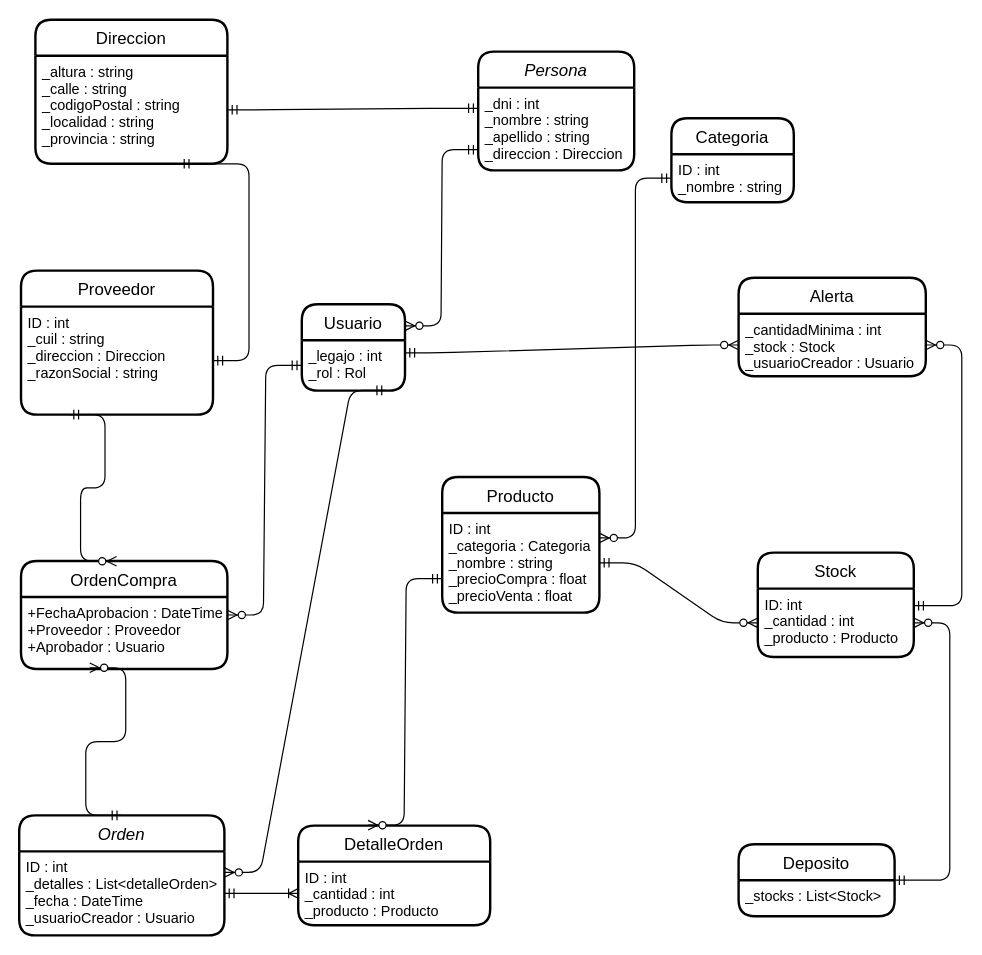
Before: Untitled Diagram.drawio in rayfex98/TP_TecProgram, a draw.io diagram. Source tidied: cells renumbered, new cells numbered last; positions are measured from the earlier drawing's top-left corner, leaving out a move shared by most shapes. Both pictures are drawn from the tidied source at 120%, with x=0, y=0 at pixel (19, 19).
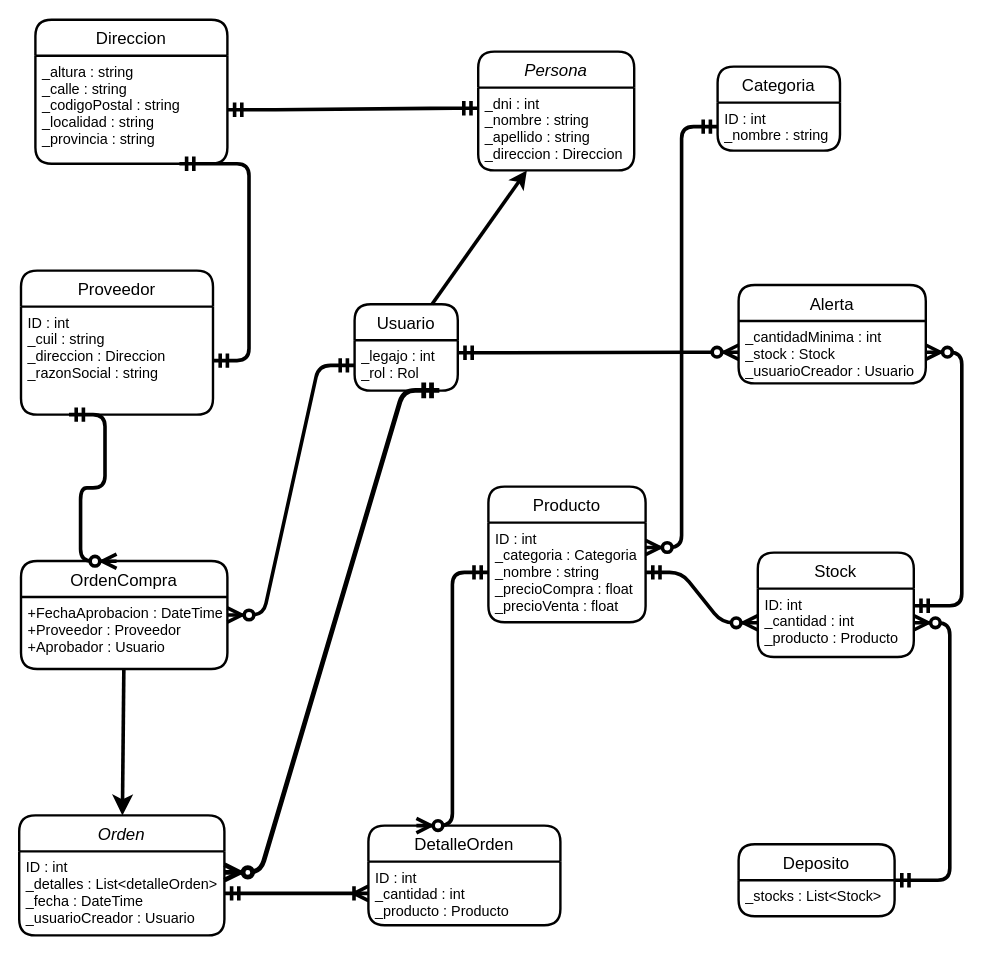
Above is the later version.

Commit message:
Actualizado MER

Unchanged cells that the change refers to:
```xml
<mxCell id="2" value="Orden" style="swimlane;horizontal=1;startSize=30;rounded=1;fontSize=14;fontStyle=2;strokeWidth=2;shadow=0;dashed=0;align=center;" parent="1" vertex="1">
  <mxGeometry x="-0.5" y="663" width="171" height="100" as="geometry" />
</mxCell>
<mxCell id="3" value="ID : int&#10;_detalles : List&lt;detalleOrden&gt;&#10;_fecha : DateTime&#10;_usuarioCreador : Usuario" style="align=left;strokeColor=none;fillColor=none;spacingLeft=4;fontSize=12;verticalAlign=top;" parent="2" vertex="1">
  <mxGeometry y="30" width="171" height="70" as="geometry" />
</mxCell>
<mxCell id="5" value="_dni : int&#10;_nombre : string&#10;_apellido : string&#10;_direccion : Direccion" style="align=left;strokeColor=none;fillColor=none;spacingLeft=4;fontSize=12;verticalAlign=top;" parent="4" vertex="1">
  <mxGeometry y="30" width="130" height="69" as="geometry" />
</mxCell>
<mxCell id="6" value="OrdenCompra" style="swimlane;horizontal=1;startSize=30;rounded=1;fontSize=14;fontStyle=0;strokeWidth=2;shadow=0;dashed=0;align=center;" parent="1" vertex="1">
  <mxGeometry x="1" y="451" width="172" height="90" as="geometry" />
</mxCell>
<mxCell id="7" value="+FechaAprobacion : DateTime&#10;+Proveedor : Proveedor&#10;+Aprobador : Usuario" style="align=left;strokeColor=none;fillColor=none;spacingLeft=4;fontSize=12;verticalAlign=top;" parent="6" vertex="1">
  <mxGeometry y="30" width="172" height="60" as="geometry" />
</mxCell>
<mxCell id="9" value="ID : int&#10;_cantidad : int&#10;_producto : Producto" style="align=left;strokeColor=none;fillColor=none;spacingLeft=4;fontSize=12;verticalAlign=top;" parent="8" vertex="1">
  <mxGeometry y="30" width="160" height="53" as="geometry" />
</mxCell>
<mxCell id="11" value="ID : int&#10;_categoria : Categoria&#10;_nombre : string&#10;_precioCompra : float&#10;_precioVenta : float&#10;" style="align=left;strokeColor=none;fillColor=none;spacingLeft=4;fontSize=12;verticalAlign=top;" parent="10" vertex="1">
  <mxGeometry y="30" width="131" height="83" as="geometry" />
</mxCell>
<mxCell id="15" value="ID : int&#10;_nombre : string" style="align=left;strokeColor=none;fillColor=none;spacingLeft=4;fontSize=12;verticalAlign=top;" parent="14" vertex="1">
  <mxGeometry y="30" width="102" height="40" as="geometry" />
</mxCell>
<mxCell id="17" value="_cantidadMinima : int&#10;_stock : Stock&#10;_usuarioCreador : Usuario" style="align=left;strokeColor=none;fillColor=none;spacingLeft=4;fontSize=12;verticalAlign=top;" parent="16" vertex="1">
  <mxGeometry y="30" width="156" height="52" as="geometry" />
</mxCell>
<mxCell id="18" value="Deposito" style="swimlane;horizontal=1;startSize=30;rounded=1;fontSize=14;fontStyle=0;strokeWidth=2;shadow=0;dashed=0;align=center;" parent="1" vertex="1">
  <mxGeometry x="599" y="687" width="130" height="60" as="geometry" />
</mxCell>
<mxCell id="21" value="ID: int&#10;_cantidad : int&#10;_producto : Producto" style="align=left;strokeColor=none;fillColor=none;spacingLeft=4;fontSize=12;verticalAlign=top;" parent="20" vertex="1">
  <mxGeometry y="30" width="130" height="57" as="geometry" />
</mxCell>
<mxCell id="23" value="ID : int&#10;_cuil : string&#10;_direccion : Direccion&#10;_razonSocial : string" style="align=left;strokeColor=none;fillColor=none;spacingLeft=4;fontSize=12;verticalAlign=top;" parent="22" vertex="1">
  <mxGeometry y="30" width="160" height="90" as="geometry" />
</mxCell>
<mxCell id="25" value="_altura : string&#10;_calle : string&#10;_codigoPostal : string&#10;_localidad : string&#10;_provincia : string" style="align=left;strokeColor=none;fillColor=none;spacingLeft=4;fontSize=12;verticalAlign=top;" parent="24" vertex="1">
  <mxGeometry y="30" width="160" height="90" as="geometry" />
</mxCell>
<mxCell id="31" value="_legajo : int&#10;_rol : Rol" style="align=left;strokeColor=none;fillColor=none;spacingLeft=4;fontSize=12;verticalAlign=top;" parent="30" vertex="1">
  <mxGeometry y="30" width="86" height="42" as="geometry" />
</mxCell>
```

Change to the diagram source:
```diff
@@
     <mxCell id="8" value="DetalleOrden" style="swimlane;horizontal=1;startSize=30;rounded=1;fontSize=14;fontStyle=0;strokeWidth=2;shadow=0;dashed=0;align=center;" parent="1" vertex="1">
-      <mxGeometry x="232" y="671.5" width="160" height="83" as="geometry" />
+      <mxGeometry x="290.5" y="671.5" width="160" height="83" as="geometry" />
     </mxCell>
@@
     <mxCell id="10" value="Producto" style="swimlane;horizontal=1;startSize=30;rounded=1;fontSize=14;fontStyle=0;strokeWidth=2;shadow=0;dashed=0;align=center;" parent="1" vertex="1">
-      <mxGeometry x="352" y="381" width="131" height="113" as="geometry" />
+      <mxGeometry x="390.5" y="389" width="131" height="113" as="geometry" />
     </mxCell>
@@
-    <mxCell id="12" style="edgeStyle=entityRelationEdgeStyle;fontSize=12;html=1;endArrow=ERzeroToMany;startArrow=ERmandOne;entryX=0.333;entryY=0.983;entryDx=0;entryDy=0;entryPerimeter=0;exitX=0.5;exitY=0;exitDx=0;exitDy=0;" parent="1" edge="1" source="2" target="7">
-      <mxGeometry relative="1" as="geometry" />
-    </mxCell>
-    <mxCell id="13" style="edgeStyle=entityRelationEdgeStyle;fontSize=12;html=1;endArrow=ERoneToMany;startArrow=ERmandOne;entryX=0;entryY=0.5;entryDx=0;entryDy=0;" parent="1" edge="1" source="3" target="9">
+    <mxCell id="13" style="edgeStyle=entityRelationEdgeStyle;fontSize=12;html=1;endArrow=ERoneToMany;startArrow=ERmandOne;entryX=0;entryY=0.5;entryDx=0;entryDy=0;strokeWidth=3;endSize=8;startSize=8;" parent="1" edge="1" source="3" target="9">
       <mxGeometry relative="1" as="geometry" />
     </mxCell>
     <mxCell id="14" value="Categoria" style="swimlane;horizontal=1;startSize=30;rounded=1;fontSize=14;fontStyle=0;strokeWidth=2;shadow=0;dashed=0;align=center;" parent="1" vertex="1">
-      <mxGeometry x="543" y="82" width="102" height="70" as="geometry" />
+      <mxGeometry x="581.5" y="39" width="102" height="70" as="geometry" />
     </mxCell>
@@
     <mxCell id="16" value="Alerta" style="swimlane;horizontal=1;startSize=30;rounded=1;fontSize=14;fontStyle=0;strokeWidth=2;shadow=0;dashed=0;align=center;" parent="1" vertex="1">
-      <mxGeometry x="599" y="215" width="156" height="82" as="geometry" />
+      <mxGeometry x="599" y="221" width="156" height="82" as="geometry" />
     </mxCell>
@@
-    <mxCell id="26" style="edgeStyle=entityRelationEdgeStyle;fontSize=12;html=1;endArrow=ERzeroToMany;startArrow=ERmandOne;exitX=0;exitY=0.5;exitDx=0;exitDy=0;entryX=1;entryY=0.25;entryDx=0;entryDy=0;" parent="1" edge="1" source="15" target="11">
+    <mxCell id="26" style="edgeStyle=entityRelationEdgeStyle;fontSize=12;html=1;endArrow=ERzeroToMany;startArrow=ERmandOne;exitX=0;exitY=0.5;exitDx=0;exitDy=0;entryX=1;entryY=0.25;entryDx=0;entryDy=0;strokeWidth=3;endSize=8;startSize=8;" parent="1" edge="1" source="15" target="11">
       <mxGeometry relative="1" as="geometry" />
     </mxCell>
-    <mxCell id="27" style="edgeStyle=entityRelationEdgeStyle;fontSize=12;html=1;endArrow=ERzeroToMany;startArrow=ERmandOne;exitX=0.25;exitY=1;exitDx=0;exitDy=0;entryX=0.463;entryY=0.002;entryDx=0;entryDy=0;entryPerimeter=0;" parent="1" edge="1" source="23" target="6">
+    <mxCell id="27" style="edgeStyle=entityRelationEdgeStyle;fontSize=12;html=1;endArrow=ERzeroToMany;startArrow=ERmandOne;exitX=0.25;exitY=1;exitDx=0;exitDy=0;entryX=0.463;entryY=0.002;entryDx=0;entryDy=0;entryPerimeter=0;strokeWidth=3;endSize=8;startSize=8;" parent="1" edge="1" source="23" target="6">
       <mxGeometry relative="1" as="geometry" />
     </mxCell>
-    <mxCell id="28" style="edgeStyle=entityRelationEdgeStyle;fontSize=12;html=1;endArrow=ERmandOne;startArrow=ERmandOne;entryX=0.75;entryY=1;entryDx=0;entryDy=0;" parent="1" edge="1" source="23" target="25">
+    <mxCell id="28" style="edgeStyle=entityRelationEdgeStyle;fontSize=12;html=1;endArrow=ERmandOne;startArrow=ERmandOne;entryX=0.75;entryY=1;entryDx=0;entryDy=0;strokeWidth=3;endSize=8;startSize=8;" parent="1" edge="1" source="23" target="25">
       <mxGeometry relative="1" as="geometry" />
     </mxCell>
-    <mxCell id="29" style="edgeStyle=entityRelationEdgeStyle;fontSize=12;html=1;endArrow=ERmandOne;startArrow=ERmandOne;entryX=0;entryY=0.25;entryDx=0;entryDy=0;exitX=1;exitY=0.5;exitDx=0;exitDy=0;" parent="1" edge="1" source="25" target="5">
+    <mxCell id="29" style="edgeStyle=entityRelationEdgeStyle;fontSize=12;html=1;endArrow=ERmandOne;startArrow=ERmandOne;entryX=0;entryY=0.25;entryDx=0;entryDy=0;exitX=1;exitY=0.5;exitDx=0;exitDy=0;strokeWidth=3;endSize=8;startSize=8;" parent="1" edge="1" source="25" target="5">
       <mxGeometry relative="1" as="geometry" />
     </mxCell>
     <mxCell id="30" value="Usuario" style="swimlane;horizontal=1;startSize=30;rounded=1;fontSize=14;fontStyle=0;strokeWidth=2;shadow=0;dashed=0;align=center;" parent="1" vertex="1">
-      <mxGeometry x="235" y="237" width="86" height="72" as="geometry" />
+      <mxGeometry x="279" y="237" width="86" height="72" as="geometry" />
     </mxCell>
@@
-    <mxCell id="32" style="edgeStyle=entityRelationEdgeStyle;fontSize=12;html=1;endArrow=ERzeroToMany;startArrow=ERmandOne;entryX=1;entryY=0.25;entryDx=0;entryDy=0;exitX=0;exitY=0.75;exitDx=0;exitDy=0;" parent="1" edge="1" source="5" target="30">
-      <mxGeometry relative="1" as="geometry" />
-    </mxCell>
-    <mxCell id="33" style="edgeStyle=entityRelationEdgeStyle;fontSize=12;html=1;endArrow=ERzeroToMany;startArrow=ERmandOne;exitX=0;exitY=0.5;exitDx=0;exitDy=0;entryX=1;entryY=0.25;entryDx=0;entryDy=0;" parent="1" edge="1" source="31" target="7">
+    <mxCell id="33" style="edgeStyle=entityRelationEdgeStyle;fontSize=12;html=1;endArrow=ERzeroToMany;startArrow=ERmandOne;exitX=0;exitY=0.5;exitDx=0;exitDy=0;entryX=1;entryY=0.25;entryDx=0;entryDy=0;strokeWidth=3;endSize=8;startSize=8;" parent="1" edge="1" source="31" target="7">
       <mxGeometry relative="1" as="geometry" />
     </mxCell>
-    <mxCell id="34" style="edgeStyle=entityRelationEdgeStyle;fontSize=12;html=1;endArrow=ERzeroToMany;startArrow=ERmandOne;exitX=0.821;exitY=0.995;exitDx=0;exitDy=0;entryX=1;entryY=0.25;entryDx=0;entryDy=0;exitPerimeter=0;" parent="1" edge="1" source="31" target="3">
+    <mxCell id="34" style="edgeStyle=entityRelationEdgeStyle;fontSize=12;html=1;endArrow=ERzeroToMany;startArrow=ERmandOne;exitX=0.821;exitY=0.995;exitDx=0;exitDy=0;entryX=1;entryY=0.25;entryDx=0;entryDy=0;exitPerimeter=0;strokeWidth=4;endSize=8;startSize=8;" parent="1" edge="1" source="31" target="3">
       <mxGeometry relative="1" as="geometry" />
     </mxCell>
-    <mxCell id="35" style="edgeStyle=entityRelationEdgeStyle;fontSize=12;html=1;endArrow=ERzeroToMany;startArrow=ERmandOne;entryX=0.364;entryY=-0.004;entryDx=0;entryDy=0;entryPerimeter=0;exitX=0;exitY=0.75;exitDx=0;exitDy=0;" parent="1" edge="1" source="10" target="8">
+    <mxCell id="35" style="edgeStyle=entityRelationEdgeStyle;fontSize=12;html=1;endArrow=ERzeroToMany;startArrow=ERmandOne;entryX=0.25;entryY=0;entryDx=0;entryDy=0;strokeWidth=3;endSize=8;startSize=8;" parent="1" edge="1" source="11" target="8">
       <mxGeometry relative="1" as="geometry" />
     </mxCell>
-    <mxCell id="36" style="edgeStyle=entityRelationEdgeStyle;fontSize=12;html=1;endArrow=ERzeroToMany;startArrow=ERmandOne;entryX=0;entryY=0.5;entryDx=0;entryDy=0;exitX=1;exitY=0.25;exitDx=0;exitDy=0;" parent="1" edge="1" source="31" target="17">
+    <mxCell id="36" style="edgeStyle=entityRelationEdgeStyle;fontSize=12;html=1;endArrow=ERzeroToMany;startArrow=ERmandOne;entryX=0;entryY=0.5;entryDx=0;entryDy=0;exitX=1;exitY=0.25;exitDx=0;exitDy=0;strokeWidth=3;endSize=8;startSize=8;" parent="1" edge="1" source="31" target="17">
       <mxGeometry relative="1" as="geometry" />
     </mxCell>
-    <mxCell id="37" style="edgeStyle=entityRelationEdgeStyle;fontSize=12;html=1;endArrow=ERzeroToMany;startArrow=ERmandOne;entryX=0;entryY=0.5;entryDx=0;entryDy=0;" parent="1" edge="1" source="11" target="21">
+    <mxCell id="37" style="edgeStyle=entityRelationEdgeStyle;fontSize=12;html=1;endArrow=ERzeroToMany;startArrow=ERmandOne;entryX=0;entryY=0.5;entryDx=0;entryDy=0;strokeWidth=3;targetPerimeterSpacing=0;endSize=8;startSize=8;" parent="1" edge="1" source="11" target="21">
       <mxGeometry relative="1" as="geometry" />
     </mxCell>
-    <mxCell id="38" style="edgeStyle=entityRelationEdgeStyle;fontSize=12;html=1;endArrow=ERzeroToMany;startArrow=ERmandOne;" parent="1" edge="1" source="18" target="21">
+    <mxCell id="38" style="edgeStyle=entityRelationEdgeStyle;fontSize=12;html=1;endArrow=ERzeroToMany;startArrow=ERmandOne;strokeWidth=3;endSize=8;startSize=8;" parent="1" edge="1" source="18" target="21">
       <mxGeometry relative="1" as="geometry" />
     </mxCell>
-    <mxCell id="39" style="edgeStyle=entityRelationEdgeStyle;fontSize=12;html=1;endArrow=ERzeroToMany;startArrow=ERmandOne;exitX=1;exitY=0.25;exitDx=0;exitDy=0;" parent="1" edge="1" source="21" target="17">
+    <mxCell id="39" style="edgeStyle=entityRelationEdgeStyle;fontSize=12;html=1;endArrow=ERzeroToMany;startArrow=ERmandOne;exitX=1;exitY=0.25;exitDx=0;exitDy=0;strokeWidth=3;endSize=8;startSize=8;" parent="1" edge="1" source="21" target="17">
       <mxGeometry relative="1" as="geometry" />
     </mxCell>
+    <mxCell id="40" style="endArrow=classic;html=1;exitX=0.75;exitY=0;exitDx=0;exitDy=0;strokeWidth=3;" parent="1" edge="1" source="30" target="5">
+      <mxGeometry relative="1" as="geometry" />
+    </mxCell>
+    <mxCell id="41" style="endArrow=classic;html=1;strokeWidth=3;endSize=8;startSize=8;" parent="1" edge="1" source="7" target="2">
+      <mxGeometry relative="1" as="geometry" />
+    </mxCell>
```
